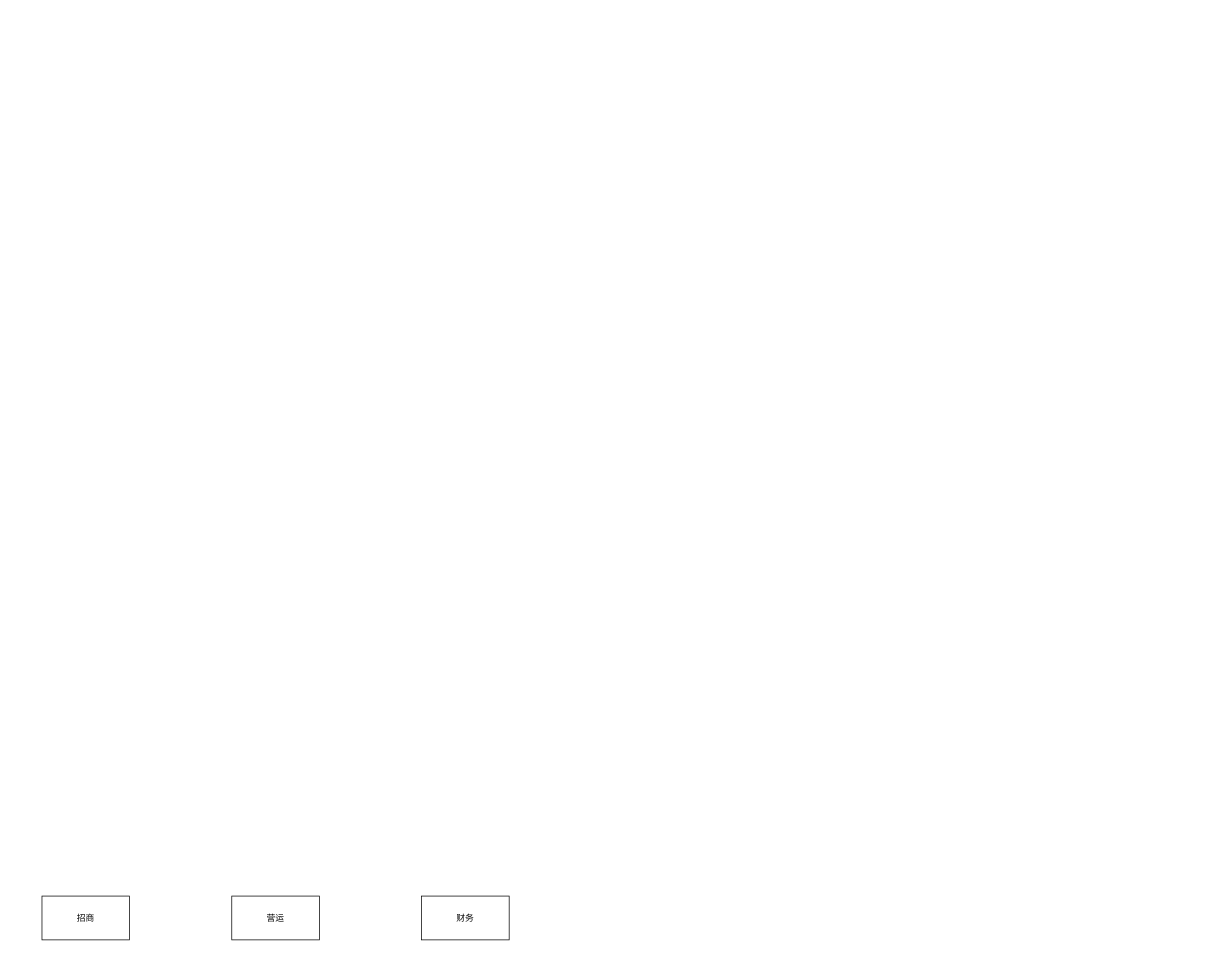
This is Untitled Diagram.drawio from lanrenspace/elementui-admin-template, a draw.io file, before an edit. Source tidied: cells renumbered, new cells numbered last; positions are measured from the earlier drawing's top-left corner, leaving out a move shared by most shapes. Both pictures are drawn from the tidied source at 73%, with x=0, y=0 at pixel (42, 896).
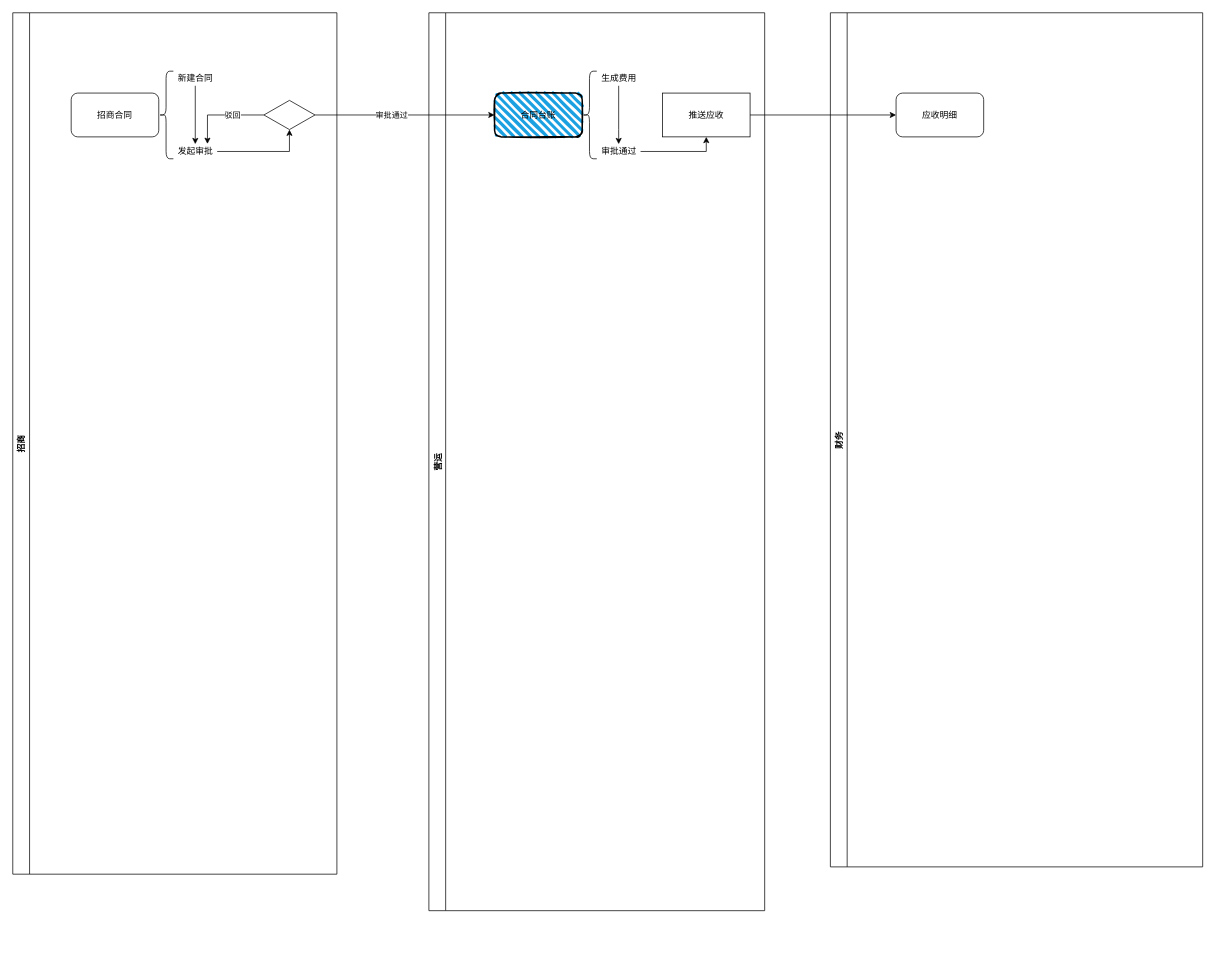
The same diagram, later.

Commit message:
新建合同流程

What changed in the source:
```diff
@@
-    <mxCell id="2" value="招商" style="rounded=0;whiteSpace=wrap;html=1;" parent="1" vertex="1">
-      <mxGeometry width="120" height="60" as="geometry" />
+    <mxCell id="2" value="招商" style="swimlane;horizontal=0;" parent="1" vertex="1">
+      <mxGeometry x="-40" y="-1210" width="444" height="1180" as="geometry" />
     </mxCell>
+    <mxCell id="5" value="招商合同" style="rounded=1;whiteSpace=wrap;html=1;" parent="2" vertex="1">
+      <mxGeometry x="80" y="110" width="120" height="60" as="geometry" />
+    </mxCell>
+    <mxCell id="6" value="新建合同" style="text;html=1;align=center;verticalAlign=middle;points=[];strokeColor=none;fillColor=none;" parent="2" vertex="1">
+      <mxGeometry x="220" y="80" width="60" height="20" as="geometry" />
+    </mxCell>
+    <mxCell id="7" style="edgeStyle=orthogonalEdgeStyle;rounded=0;jettySize=auto;html=1;" parent="2" edge="1" source="6" target="10">
+      <mxGeometry relative="1" as="geometry" />
+    </mxCell>
+    <mxCell id="8" style="shape=curlyBracket;whiteSpace=wrap;html=1;rounded=1;" parent="2" vertex="1">
+      <mxGeometry x="200" y="80" width="20" height="120" as="geometry" />
+    </mxCell>
+    <mxCell id="9" style="edgeStyle=orthogonalEdgeStyle;rounded=0;jettySize=auto;html=1;entryX=0.5;entryY=1;entryDx=0;entryDy=0;" parent="2" edge="1" source="10" target="13">
+      <mxGeometry relative="1" as="geometry" />
+    </mxCell>
+    <mxCell id="10" value="发起审批" style="text;html=1;align=center;verticalAlign=middle;points=[];strokeColor=none;fillColor=none;" parent="2" vertex="1">
+      <mxGeometry x="220" y="180" width="60" height="20" as="geometry" />
+    </mxCell>
+    <mxCell id="11" style="edgeStyle=orthogonalEdgeStyle;rounded=0;jettySize=auto;html=1;entryX=0.778;entryY=-0.017;entryDx=0;entryDy=0;entryPerimeter=0;" parent="2" edge="1" source="13" target="10">
+      <mxGeometry relative="1" as="geometry" />
+    </mxCell>
+    <mxCell id="12" value="驳回" style="edgeLabel;html=1;align=center;verticalAlign=middle;" parent="11" vertex="1">
+      <mxGeometry x="-0.24" y="-1" relative="1" as="geometry" />
+    </mxCell>
+    <mxCell id="13" style="rhombus;whiteSpace=wrap;html=1;" parent="2" vertex="1">
+      <mxGeometry x="344" y="120" width="70" height="40" as="geometry" />
+    </mxCell>
-    <mxCell id="3" value="营运" style="rounded=0;whiteSpace=wrap;html=1;" parent="1" vertex="1">
-      <mxGeometry x="260" width="120" height="60" as="geometry" />
+    <mxCell id="3" value="营运" style="swimlane;horizontal=0;startSize=23;" parent="1" vertex="1">
+      <mxGeometry x="530" y="-1210" width="460" height="1230" as="geometry" />
     </mxCell>
+    <mxCell id="14" value="合同台账" style="rounded=1;whiteSpace=wrap;html=1;strokeWidth=2;fillWeight=4;hachureGap=8;hachureAngle=45;fillColor=#1ba1e2;sketch=1;" parent="3" vertex="1">
+      <mxGeometry x="90" y="110" width="120" height="60" as="geometry" />
+    </mxCell>
+    <mxCell id="15" value="生成费用" style="text;html=1;align=center;verticalAlign=middle;points=[];strokeColor=none;fillColor=none;" parent="3" vertex="1">
+      <mxGeometry x="230" y="80" width="60" height="20" as="geometry" />
+    </mxCell>
+    <mxCell id="16" value="审批通过" style="text;html=1;align=center;verticalAlign=middle;points=[];strokeColor=none;fillColor=none;" parent="3" vertex="1">
+      <mxGeometry x="230" y="180" width="60" height="20" as="geometry" />
+    </mxCell>
+    <mxCell id="17" style="edgeStyle=orthogonalEdgeStyle;rounded=0;jettySize=auto;html=1;" parent="3" edge="1" source="15" target="16">
+      <mxGeometry relative="1" as="geometry">
+        <Array as="points">
+          <mxPoint x="260" y="160" />
+          <mxPoint x="260" y="160" />
+        </Array>
+      </mxGeometry>
+    </mxCell>
+    <mxCell id="18" style="shape=curlyBracket;whiteSpace=wrap;html=1;rounded=1;" parent="3" vertex="1">
+      <mxGeometry x="210" y="80" width="20" height="120" as="geometry" />
+    </mxCell>
+    <mxCell id="19" value="推送应收" style="whiteSpace=wrap;html=1;" parent="3" vertex="1">
+      <mxGeometry x="320" y="110" width="120" height="60" as="geometry" />
+    </mxCell>
+    <mxCell id="20" style="edgeStyle=orthogonalEdgeStyle;rounded=0;jettySize=auto;html=1;" parent="3" edge="1" source="16" target="19">
+      <mxGeometry relative="1" as="geometry" />
+    </mxCell>
-    <mxCell id="4" value="财务" style="rounded=0;whiteSpace=wrap;html=1;" parent="1" vertex="1">
-      <mxGeometry x="520" width="120" height="60" as="geometry" />
+    <mxCell id="4" value="财务" style="swimlane;horizontal=0;startSize=23;" parent="1" vertex="1">
+      <mxGeometry x="1080" y="-1210" width="510" height="1170" as="geometry" />
     </mxCell>
+    <mxCell id="21" value="应收明细" style="rounded=1;whiteSpace=wrap;html=1;" parent="4" vertex="1">
+      <mxGeometry x="90" y="110" width="120" height="60" as="geometry" />
+    </mxCell>
+    <mxCell id="22" style="edgeStyle=orthogonalEdgeStyle;rounded=0;jettySize=auto;html=1;entryX=0;entryY=0.5;entryDx=0;entryDy=0;" parent="1" edge="1" source="13" target="14">
+      <mxGeometry relative="1" as="geometry" />
+    </mxCell>
+    <mxCell id="23" value="审批通过" style="edgeLabel;html=1;align=center;verticalAlign=middle;" parent="22" vertex="1">
+      <mxGeometry x="-0.42" relative="1" as="geometry">
+        <mxPoint x="33" as="offset" />
+      </mxGeometry>
+    </mxCell>
+    <mxCell id="24" style="edgeStyle=orthogonalEdgeStyle;rounded=0;jettySize=auto;html=1;entryX=0;entryY=0.5;entryDx=0;entryDy=0;" parent="1" edge="1" source="19" target="21">
+      <mxGeometry relative="1" as="geometry" />
+    </mxCell>
```
